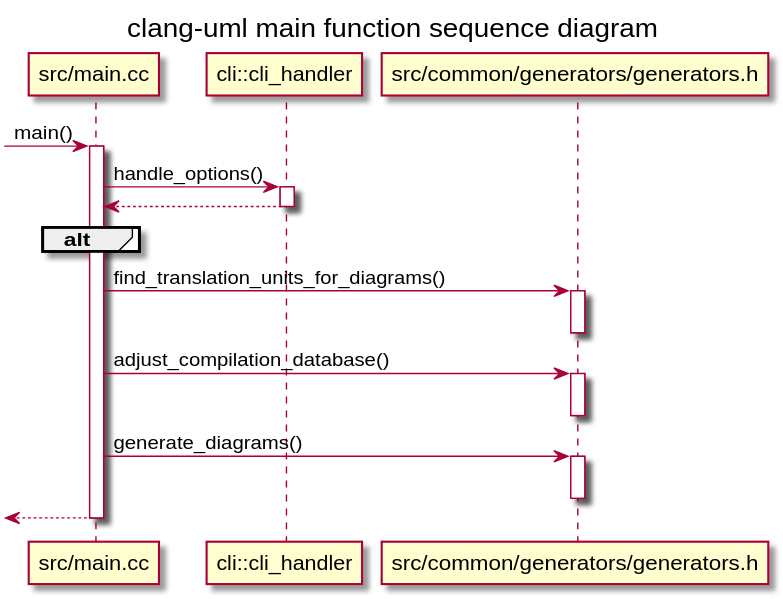
This is clang-uml/puml/main_sequence.svg from bkryza/clang-uml-examples, a PlantUML export, as it was before one commit.
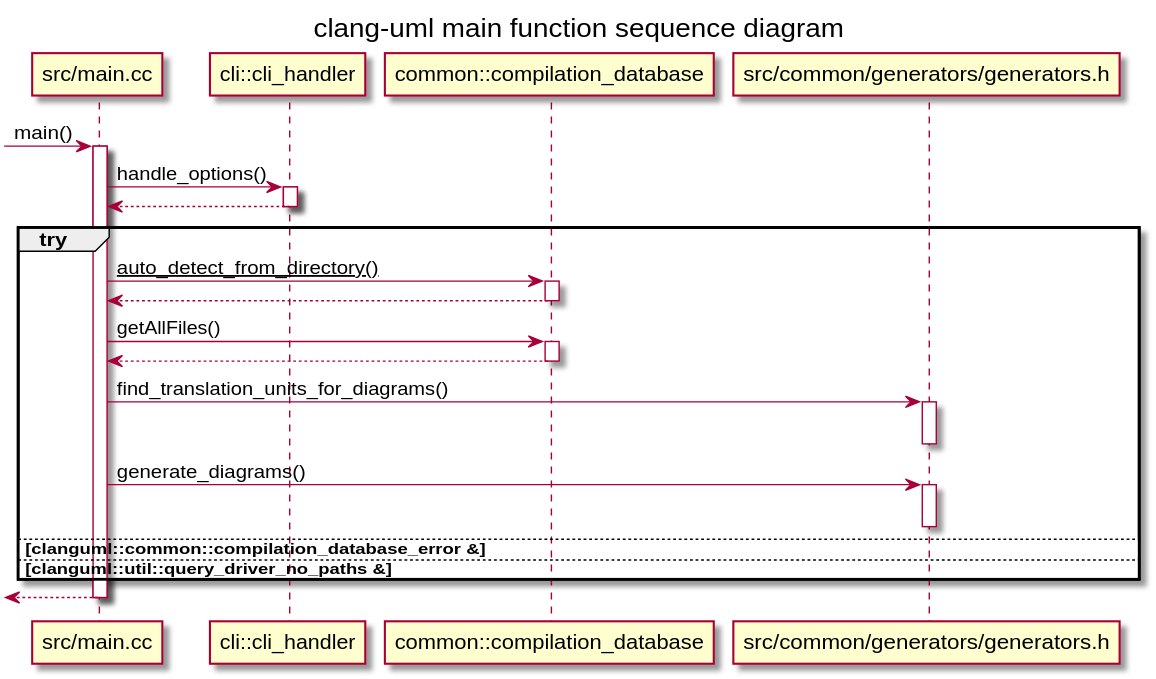
The same file after the commit.

The edit, as a diff of the source:
```diff
@@ -3,23 +3,31 @@
 participant "src/main.cc" as C_0000075776539986596960
 [-> C_0000075776539986596960 : main()
 activate C_0000075776539986596960
-participant "cli::cli_handler" as C_0002292468283229753520 [[https://github.com/bkryza/clang-uml/blob/b74bdab7857376d2095452368a8c88870b8ee2c5/src/cli/cli_handler.h#L31{cli_handler}]]
-C_0000075776539986596960 -> C_0002292468283229753520 [[https://github.com/bkryza/clang-uml/blob/b74bdab7857376d2095452368a8c88870b8ee2c5/src/main.cc#L48{}]] : handle_options()
+participant "cli::cli_handler" as C_0002292468283229753520 [[https://github.com/bkryza/clang-uml/blob/e2b772d8d6ed61adcb6dcd50003f96096df02f9e/src/cli/cli_handler.h#L31{cli_handler}]]
+C_0000075776539986596960 -> C_0002292468283229753520 [[https://github.com/bkryza/clang-uml/blob/e2b772d8d6ed61adcb6dcd50003f96096df02f9e/src/main.cc#L50{}]] : handle_options()
 activate C_0002292468283229753520
 C_0002292468283229753520 --> C_0000075776539986596960
 deactivate C_0002292468283229753520
-alt
-end
+group try
+participant "common::compilation_database" as C_0000597104457503221480 [[https://github.com/bkryza/clang-uml/blob/e2b772d8d6ed61adcb6dcd50003f96096df02f9e/src/common/compilation_database.h#L41{compilation_database}]]
+C_0000075776539986596960 -> C_0000597104457503221480 [[https://github.com/bkryza/clang-uml/blob/e2b772d8d6ed61adcb6dcd50003f96096df02f9e/src/main.cc#L60{}]] : __auto_detect_from_directory()__
+activate C_0000597104457503221480
+C_0000597104457503221480 --> C_0000075776539986596960
+deactivate C_0000597104457503221480
+C_0000075776539986596960 -> C_0000597104457503221480 [[https://github.com/bkryza/clang-uml/blob/e2b772d8d6ed61adcb6dcd50003f96096df02f9e/src/main.cc#L63{}]] : getAllFiles()
+activate C_0000597104457503221480
+C_0000597104457503221480 --> C_0000075776539986596960
+deactivate C_0000597104457503221480
 participant "src/common/generators/generators.h" as C_0000707805560726252613
-C_0000075776539986596960 -> C_0000707805560726252613 [[https://github.com/bkryza/clang-uml/blob/b74bdab7857376d2095452368a8c88870b8ee2c5/src/main.cc#L75{}]] : find_translation_units_for_diagrams()
+C_0000075776539986596960 -> C_0000707805560726252613 [[https://github.com/bkryza/clang-uml/blob/e2b772d8d6ed61adcb6dcd50003f96096df02f9e/src/main.cc#L72{}]] : find_translation_units_for_diagrams()
 activate C_0000707805560726252613
 deactivate C_0000707805560726252613
-C_0000075776539986596960 -> C_0000707805560726252613 [[https://github.com/bkryza/clang-uml/blob/b74bdab7857376d2095452368a8c88870b8ee2c5/src/main.cc#L83{}]] : adjust_compilation_database()
+C_0000075776539986596960 -> C_0000707805560726252613 [[https://github.com/bkryza/clang-uml/blob/e2b772d8d6ed61adcb6dcd50003f96096df02f9e/src/main.cc#L76{}]] : generate_diagrams()
 activate C_0000707805560726252613
 deactivate C_0000707805560726252613
-C_0000075776539986596960 -> C_0000707805560726252613 [[https://github.com/bkryza/clang-uml/blob/b74bdab7857376d2095452368a8c88870b8ee2c5/src/main.cc#L85{}]] : generate_diagrams()
-activate C_0000707805560726252613
-deactivate C_0000707805560726252613
+else clanguml::common::compilation_database_error &
+else clanguml::util::query_driver_no_paths &
+end
 [<-- C_0000075776539986596960
 deactivate C_0000075776539986596960
 
```
